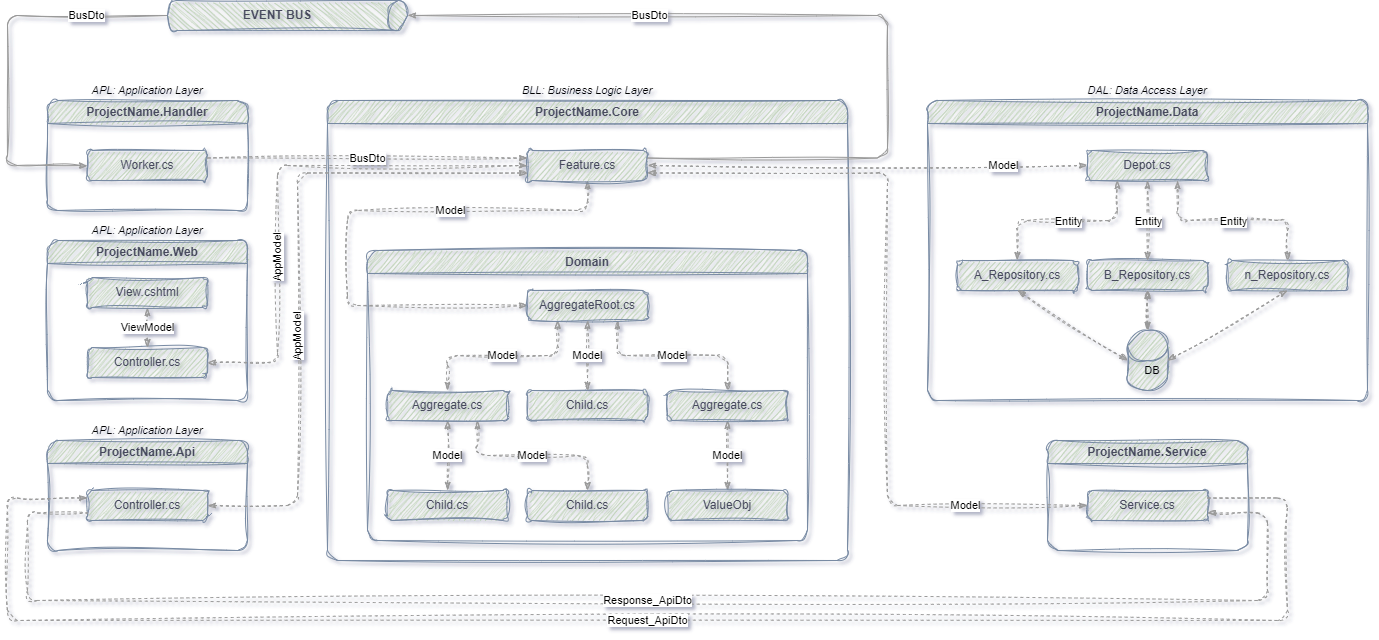
Before: docs/SolutionArchitecture.png, a diagram exported from draw.io (iDoctor1977/MicroServicesTemplate). Source tidied: cells renumbered, new cells last; positions are measured from the earlier drawing's top-left corner, leaving out a move shared by most shapes.
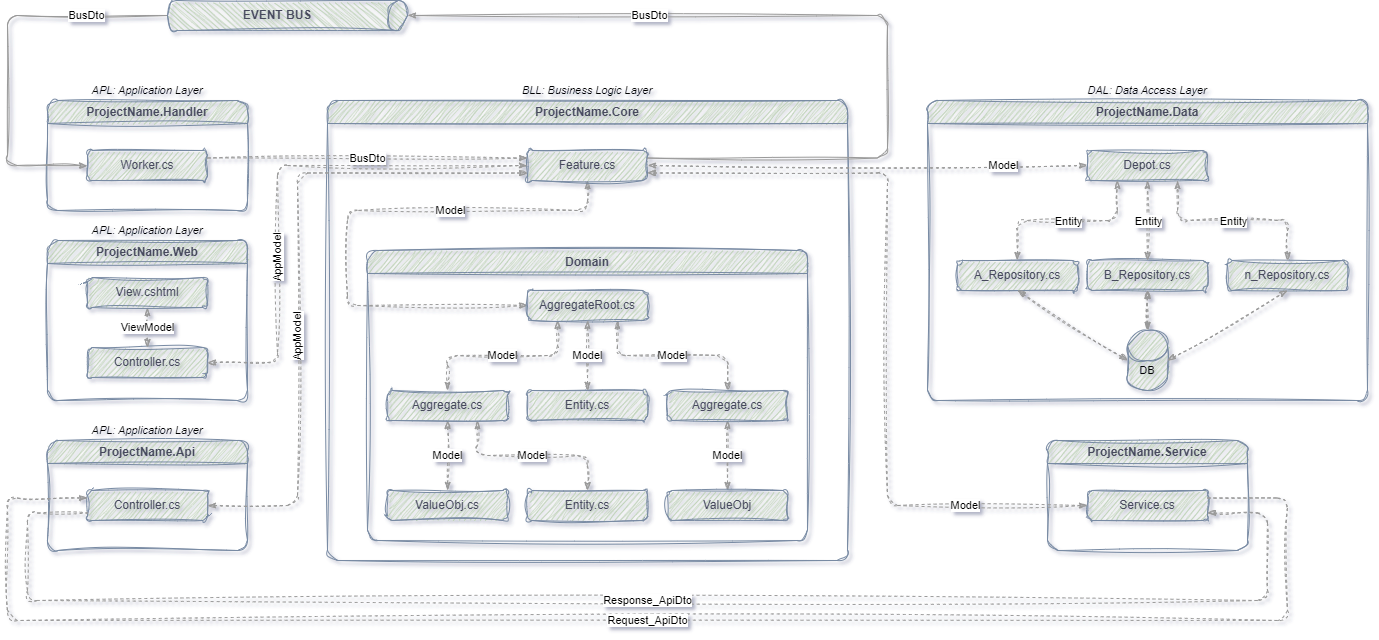
The same diagram one commit later.

The edit, as a diff of the source:
```diff
@@ -38,7 +38,7 @@
     <mxCell id="11" value="AggregateRoot.cs" style="rounded=1;whiteSpace=wrap;html=1;labelBackgroundColor=none;fillColor=#B2C9AB;strokeColor=#788AA3;fontColor=#46495D;fillStyle=auto;fontFamily=Helvetica;sketch=1;curveFitting=1;jiggle=2;" parent="8" vertex="1">
       <mxGeometry x="160" y="40" width="120" height="30" as="geometry" />
     </mxCell>
-    <mxCell id="12" value="Child.cs" style="rounded=1;whiteSpace=wrap;html=1;labelBackgroundColor=none;fillColor=#B2C9AB;strokeColor=#788AA3;fontColor=#46495D;fontFamily=Helvetica;sketch=1;curveFitting=1;jiggle=2;" parent="8" vertex="1">
+    <mxCell id="12" value="Entity.cs" style="rounded=1;whiteSpace=wrap;html=1;labelBackgroundColor=none;fillColor=#B2C9AB;strokeColor=#788AA3;fontColor=#46495D;fontFamily=Helvetica;sketch=1;curveFitting=1;jiggle=2;" parent="8" vertex="1">
       <mxGeometry x="160" y="140" width="120" height="30" as="geometry" />
     </mxCell>
     <mxCell id="13" value="Model" style="edgeStyle=orthogonalEdgeStyle;shape=connector;rounded=1;jettySize=auto;html=1;dashed=1;labelBackgroundColor=default;strokeColor=#999999;align=center;verticalAlign=middle;fontFamily=Helvetica;fontSize=11;fontColor=default;startArrow=classicThin;startFill=1;endArrow=classicThin;endFill=1;sketch=1;curveFitting=1;jiggle=2;" parent="8" edge="1" source="14" target="21">
@@ -59,10 +59,10 @@
     <mxCell id="18" value="Model" style="endArrow=classicThin;html=1;rounded=1;dashed=1;labelBackgroundColor=default;strokeColor=#999999;align=center;verticalAlign=middle;fontFamily=Helvetica;fontSize=11;fontColor=default;shape=connector;entryX=0.5;entryY=1;entryDx=0;entryDy=0;exitX=0.5;exitY=0;exitDx=0;exitDy=0;startArrow=classicThin;startFill=1;endFill=1;sketch=1;curveFitting=1;jiggle=2;" parent="8" edge="1" source="12" target="11">
       <mxGeometry relative="1" as="geometry" />
     </mxCell>
-    <mxCell id="19" value="Child.cs" style="rounded=1;whiteSpace=wrap;html=1;labelBackgroundColor=none;fillColor=#B2C9AB;strokeColor=#788AA3;fontColor=#46495D;fontFamily=Helvetica;sketch=1;curveFitting=1;jiggle=2;" parent="8" vertex="1">
+    <mxCell id="19" value="ValueObj.cs" style="rounded=1;whiteSpace=wrap;html=1;labelBackgroundColor=none;fillColor=#B2C9AB;strokeColor=#788AA3;fontColor=#46495D;fontFamily=Helvetica;sketch=1;curveFitting=1;jiggle=2;" parent="8" vertex="1">
       <mxGeometry x="20" y="240" width="120" height="30" as="geometry" />
     </mxCell>
-    <mxCell id="20" value="Child.cs" style="rounded=1;whiteSpace=wrap;html=1;labelBackgroundColor=none;fillColor=#B2C9AB;strokeColor=#788AA3;fontColor=#46495D;fontFamily=Helvetica;sketch=1;curveFitting=1;jiggle=2;" parent="8" vertex="1">
+    <mxCell id="20" value="Entity.cs" style="rounded=1;whiteSpace=wrap;html=1;labelBackgroundColor=none;fillColor=#B2C9AB;strokeColor=#788AA3;fontColor=#46495D;fontFamily=Helvetica;sketch=1;curveFitting=1;jiggle=2;" parent="8" vertex="1">
       <mxGeometry x="160" y="240" width="120" height="30" as="geometry" />
     </mxCell>
     <mxCell id="21" value="ValueObj" style="rounded=1;whiteSpace=wrap;html=1;labelBackgroundColor=none;fillColor=#B2C9AB;strokeColor=#788AA3;fontColor=#46495D;fontFamily=Helvetica;sketch=1;curveFitting=1;jiggle=2;" parent="8" vertex="1">
@@ -117,7 +117,7 @@
       <mxGeometry relative="1" as="geometry" />
     </mxCell>
     <mxCell id="38" value="DB" style="text;strokeColor=none;align=center;fillColor=none;html=1;verticalAlign=middle;whiteSpace=wrap;rounded=1;fontSize=11;fontFamily=Helvetica;fontColor=default;sketch=1;curveFitting=1;jiggle=2;" parent="22" vertex="1">
-      <mxGeometry x="210" y="260" width="30" height="20" as="geometry" />
+      <mxGeometry x="205" y="260" width="30" height="20" as="geometry" />
     </mxCell>
     <mxCell id="39" value="BusDto" style="edgeStyle=orthogonalEdgeStyle;shape=connector;rounded=1;jettySize=auto;html=1;exitX=0.5;exitY=1;exitDx=0;exitDy=0;exitPerimeter=0;entryX=0;entryY=0.5;entryDx=0;entryDy=0;labelBackgroundColor=default;strokeColor=#999999;align=center;verticalAlign=middle;fontFamily=Helvetica;fontSize=11;fontColor=default;startArrow=none;startFill=0;endArrow=classicThin;endFill=1;strokeWidth=1;sketch=1;curveFitting=1;jiggle=2;" parent="1" edge="1" source="40" target="3">
       <mxGeometry x="-0.58" relative="1" as="geometry">
```
